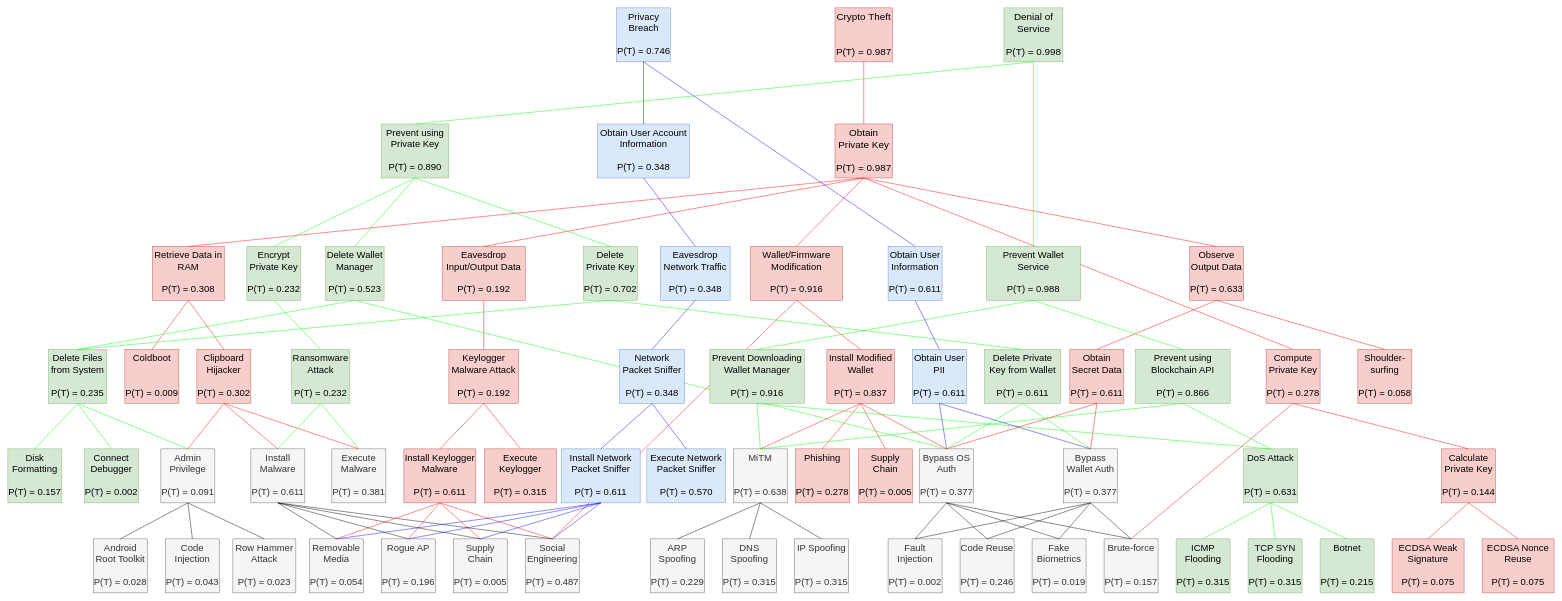
This is page "fault-tree-analysis" (17 of 17) of assets/crypto-wallets.drawio from xujiahuayz/crypto-wallets, a draw.io file, before an edit. Source tidied: cells renumbered, new cells numbered last; positions are measured from the earlier drawing's top-left corner, leaving out a move shared by most shapes. Both pictures are drawn from the tidied source at 45%, with x=0, y=0 at pixel (8, 8).
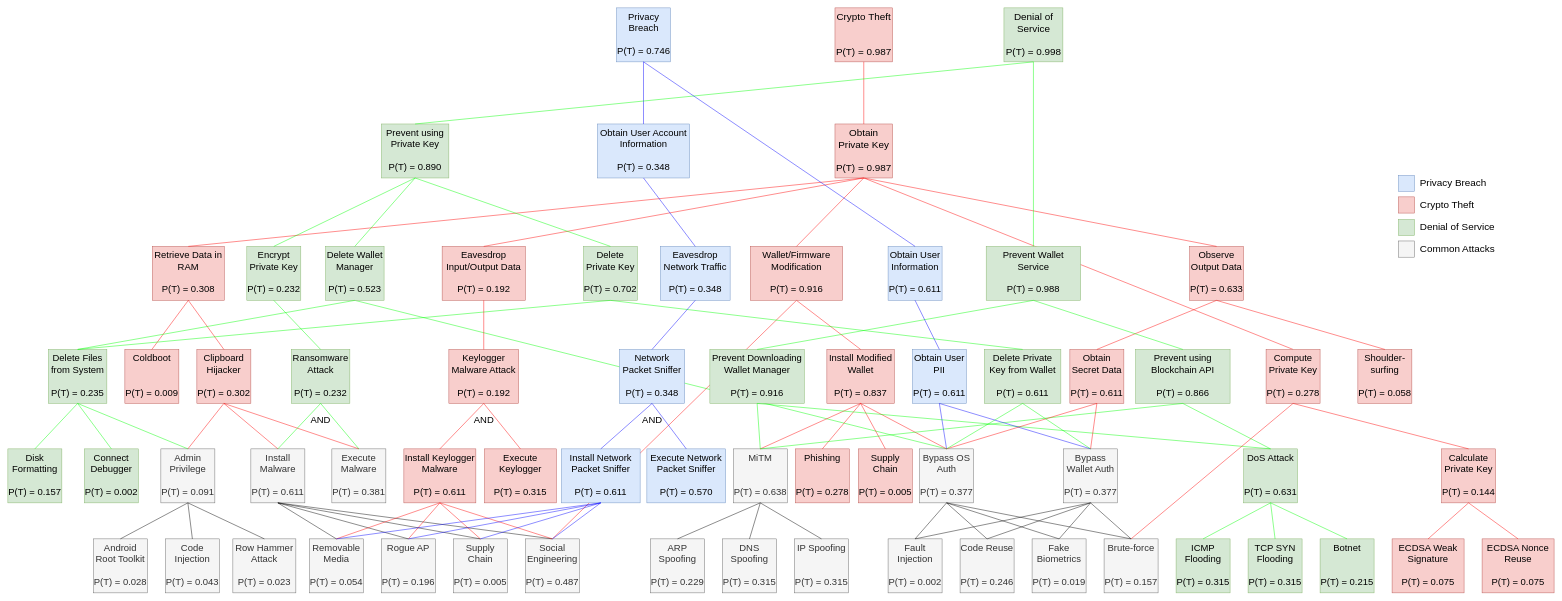
Above is the later version.

Change to the diagram source:
```diff
@@
+    <mxCell id="156" style="whiteSpace=wrap;html=1;fillColor=#dae8fc;strokeColor=#6c8ebf;align=left;" parent="1" vertex="1">
+      <mxGeometry x="3090" y="372" width="36" height="36" as="geometry" />
+    </mxCell>
+    <mxCell id="157" value="&lt;font style=&quot;font-size: 22px;&quot;&gt;Privacy Breach&lt;/font&gt;" style="text;html=1;strokeColor=none;fillColor=none;align=left;verticalAlign=middle;whiteSpace=wrap;rounded=0;" parent="1" vertex="1">
+      <mxGeometry x="3136" y="375" width="164" height="30" as="geometry" />
+    </mxCell>
+    <mxCell id="158" style="whiteSpace=wrap;html=1;fillColor=#f8cecc;strokeColor=#b85450;align=left;" parent="1" vertex="1">
+      <mxGeometry x="3090" y="420" width="36" height="36" as="geometry" />
+    </mxCell>
+    <mxCell id="159" value="&lt;font style=&quot;font-size: 22px;&quot;&gt;Crypto Theft&lt;/font&gt;" style="text;html=1;strokeColor=none;fillColor=none;align=left;verticalAlign=middle;whiteSpace=wrap;rounded=0;" parent="1" vertex="1">
+      <mxGeometry x="3136" y="423" width="164" height="30" as="geometry" />
+    </mxCell>
+    <mxCell id="160" style="whiteSpace=wrap;html=1;fillColor=#d5e8d4;strokeColor=#82b366;align=left;" parent="1" vertex="1">
+      <mxGeometry x="3090" y="470" width="36" height="36" as="geometry" />
+    </mxCell>
+    <mxCell id="161" value="&lt;font style=&quot;font-size: 22px;&quot;&gt;Denial of Service&lt;/font&gt;" style="text;html=1;strokeColor=none;fillColor=none;align=left;verticalAlign=middle;whiteSpace=wrap;rounded=0;" parent="1" vertex="1">
+      <mxGeometry x="3136" y="473" width="184" height="30" as="geometry" />
+    </mxCell>
+    <mxCell id="162" style="whiteSpace=wrap;html=1;fillColor=#f5f5f5;strokeColor=#666666;fontColor=#333333;align=left;" parent="1" vertex="1">
+      <mxGeometry x="3090" y="518" width="36" height="36" as="geometry" />
+    </mxCell>
+    <mxCell id="163" value="&lt;font style=&quot;font-size: 22px;&quot;&gt;Common Attacks&lt;/font&gt;" style="text;html=1;strokeColor=none;fillColor=none;align=left;verticalAlign=middle;whiteSpace=wrap;rounded=0;" parent="1" vertex="1">
+      <mxGeometry x="3136" y="521" width="184" height="30" as="geometry" />
+    </mxCell>
+    <mxCell id="164" value="&lt;font style=&quot;font-size: 21px;&quot;&gt;AND&lt;/font&gt;" style="text;html=1;strokeColor=none;fillColor=none;align=center;verticalAlign=middle;whiteSpace=wrap;rounded=0;" parent="1" vertex="1">
+      <mxGeometry x="665" y="900" width="60" height="30" as="geometry" />
+    </mxCell>
+    <mxCell id="165" value="&lt;font style=&quot;font-size: 21px;&quot;&gt;AND&lt;/font&gt;" style="text;html=1;strokeColor=none;fillColor=none;align=center;verticalAlign=middle;whiteSpace=wrap;rounded=0;" parent="1" vertex="1">
+      <mxGeometry x="1027.5" y="900" width="60" height="30" as="geometry" />
+    </mxCell>
+    <mxCell id="166" value="&lt;font style=&quot;font-size: 21px;&quot;&gt;AND&lt;/font&gt;" style="text;html=1;strokeColor=none;fillColor=none;align=center;verticalAlign=middle;whiteSpace=wrap;rounded=0;" parent="1" vertex="1">
+      <mxGeometry x="1401.5" y="900" width="60" height="30" as="geometry" />
+    </mxCell>
```
